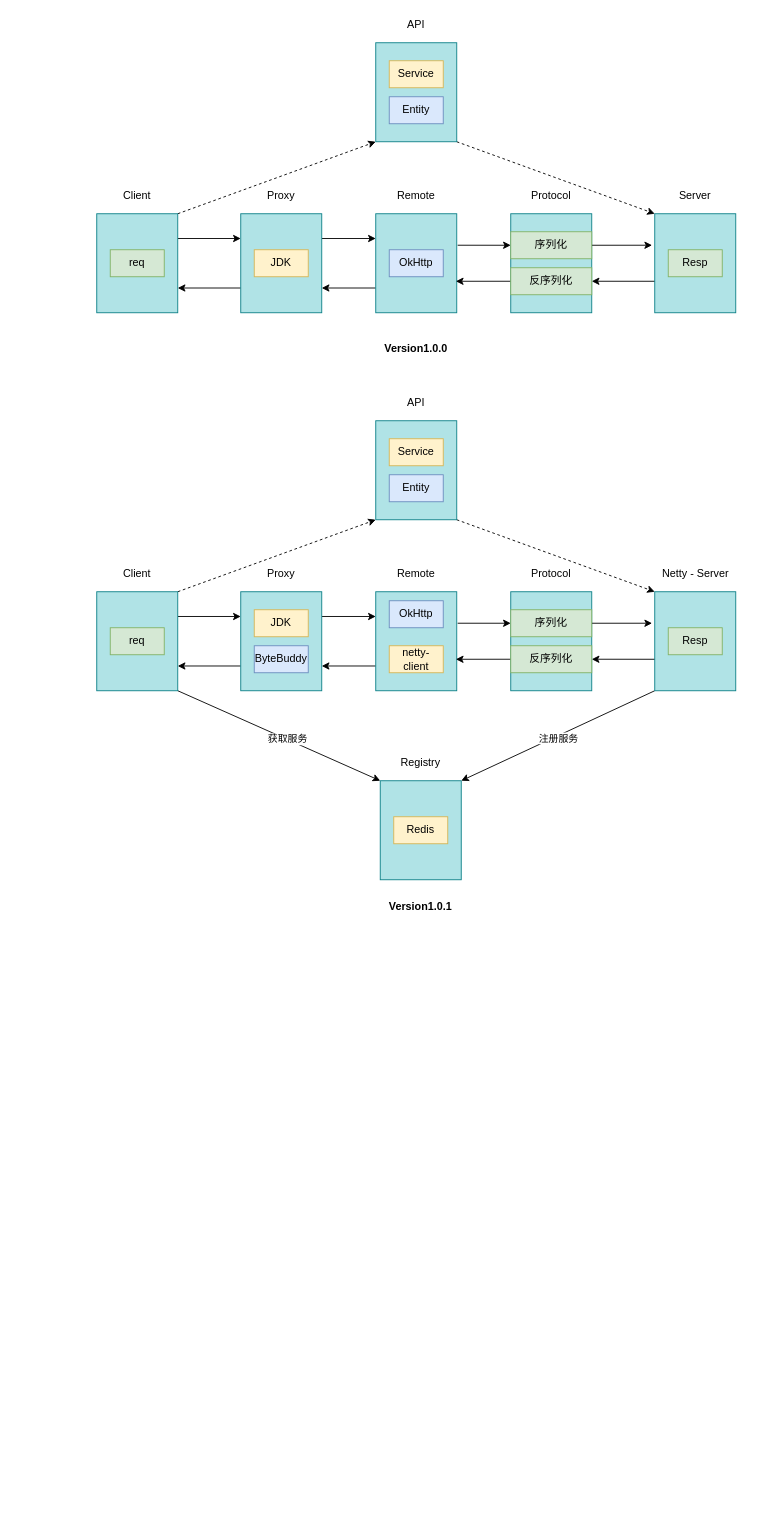
Earlier version of the draw.io diagram jihe/rpc/oli-rpc.drawio (oliverschen/draw.io). Source tidied: cells renumbered, new cells numbered last; positions are measured from the earlier drawing's top-left corner, leaving out a move shared by most shapes. Both pictures are drawn from the tidied source at 90%, with x=0, y=0 at pixel (96, 15).
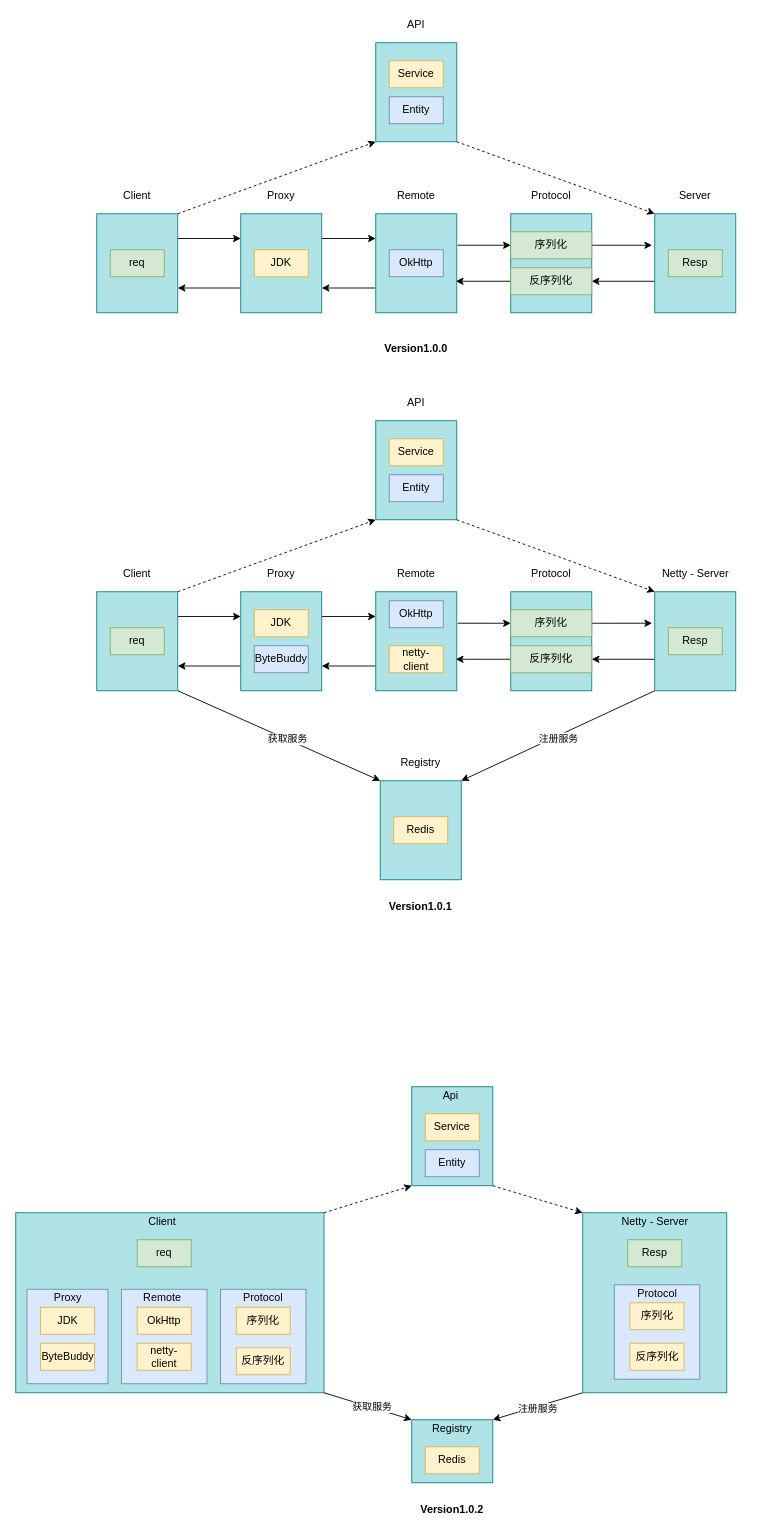
The same diagram, later.

The edit, as a diff of the source:
```diff
@@
+    <mxCell id="73" style="rounded=0;jettySize=auto;html=1;exitX=1;exitY=0;exitDx=0;exitDy=0;entryX=0;entryY=1;entryDx=0;entryDy=0;dashed=1;" parent="1" edge="1" source="79" target="107">
+      <mxGeometry relative="1" as="geometry" />
+    </mxCell>
+    <mxCell id="74" style="edgeStyle=none;rounded=0;jettySize=auto;html=1;exitX=0;exitY=1;exitDx=0;exitDy=0;entryX=1;entryY=0;entryDx=0;entryDy=0;" parent="1" edge="1" source="98" target="112">
+      <mxGeometry relative="1" as="geometry" />
+    </mxCell>
+    <mxCell id="75" value="注册服务" style="edgeLabel;html=1;align=center;verticalAlign=middle;" parent="74" vertex="1">
+      <mxGeometry x="0.01" y="2" relative="1" as="geometry" />
+    </mxCell>
+    <mxCell id="76" value="&lt;b&gt;Version1.0.2&lt;/b&gt;" style="text;html=1;strokeColor=none;fillColor=none;align=center;verticalAlign=middle;whiteSpace=wrap;rounded=0;" parent="1" vertex="1">
+      <mxGeometry x="360" y="1650" width="70" height="20" as="geometry" />
+    </mxCell>
+    <mxCell id="77" style="edgeStyle=none;rounded=0;jettySize=auto;html=1;exitX=1;exitY=1;exitDx=0;exitDy=0;entryX=0;entryY=0;entryDx=0;entryDy=0;dashed=1;" parent="1" edge="1" source="107" target="98">
+      <mxGeometry relative="1" as="geometry" />
+    </mxCell>
+    <mxCell id="78" style="group;" parent="1" vertex="1">
+      <mxGeometry x="-90" y="1330" width="342.5" height="200" as="geometry" />
+    </mxCell>
+    <mxCell id="79" style="rounded=0;whiteSpace=wrap;html=1;fillColor=#b0e3e6;strokeColor=#0e8088;" parent="78" vertex="1">
+      <mxGeometry width="342.5" height="200" as="geometry" />
+    </mxCell>
+    <mxCell id="80" value="req" style="rounded=0;whiteSpace=wrap;html=1;fillColor=#d5e8d4;strokeColor=#82b366;" parent="78" vertex="1">
+      <mxGeometry x="135" y="30" width="60" height="30" as="geometry" />
+    </mxCell>
+    <mxCell id="81" value="Client" style="text;html=1;strokeColor=none;fillColor=none;align=center;verticalAlign=middle;whiteSpace=wrap;rounded=0;" parent="78" vertex="1">
+      <mxGeometry x="142.5" width="40" height="20" as="geometry" />
+    </mxCell>
+    <mxCell id="82" style="rounded=0;whiteSpace=wrap;html=1;fillColor=#dae8fc;strokeColor=#6c8ebf;" parent="78" vertex="1">
+      <mxGeometry x="12.5" y="85" width="90" height="105" as="geometry" />
+    </mxCell>
+    <mxCell id="83" value="Proxy" style="text;html=1;strokeColor=none;fillColor=none;align=center;verticalAlign=middle;whiteSpace=wrap;rounded=0;" parent="78" vertex="1">
+      <mxGeometry x="37.5" y="85" width="40" height="20" as="geometry" />
+    </mxCell>
+    <mxCell id="84" value="JDK" style="rounded=0;whiteSpace=wrap;html=1;fillColor=#fff2cc;strokeColor=#d6b656;" parent="78" vertex="1">
+      <mxGeometry x="27.5" y="105" width="60" height="30" as="geometry" />
+    </mxCell>
+    <mxCell id="85" style="rounded=0;whiteSpace=wrap;html=1;fillColor=#dae8fc;strokeColor=#6c8ebf;" parent="78" vertex="1">
+      <mxGeometry x="117.5" y="85" width="95" height="105" as="geometry" />
+    </mxCell>
+    <mxCell id="86" value="Remote" style="text;html=1;strokeColor=none;fillColor=none;align=center;verticalAlign=middle;whiteSpace=wrap;rounded=0;" parent="78" vertex="1">
+      <mxGeometry x="142.5" y="85" width="40" height="20" as="geometry" />
+    </mxCell>
+    <mxCell id="87" value="OkHttp" style="rounded=0;whiteSpace=wrap;html=1;fillColor=#fff2cc;strokeColor=#d6b656;" parent="78" vertex="1">
+      <mxGeometry x="135" y="105" width="60" height="30" as="geometry" />
+    </mxCell>
+    <mxCell id="88" value="ByteBuddy" style="rounded=0;whiteSpace=wrap;html=1;fillColor=#fff2cc;strokeColor=#d6b656;" parent="78" vertex="1">
+      <mxGeometry x="27.5" y="145" width="60" height="30" as="geometry" />
+    </mxCell>
+    <mxCell id="89" value="netty-client" style="rounded=0;whiteSpace=wrap;html=1;fillColor=#fff2cc;strokeColor=#d6b656;" parent="78" vertex="1">
+      <mxGeometry x="135" y="145" width="60" height="30" as="geometry" />
+    </mxCell>
+    <mxCell id="90" style="group;" parent="78" vertex="1">
+      <mxGeometry x="227.5" y="85" width="95" height="105" as="geometry" />
+    </mxCell>
+    <mxCell id="91" style="rounded=0;whiteSpace=wrap;html=1;fillColor=#dae8fc;strokeColor=#6c8ebf;" parent="90" vertex="1">
+      <mxGeometry width="95" height="105" as="geometry" />
+    </mxCell>
+    <mxCell id="92" value="序列化" style="rounded=0;whiteSpace=wrap;html=1;fillColor=#fff2cc;strokeColor=#d6b656;" parent="90" vertex="1">
+      <mxGeometry x="17.5" y="20" width="60" height="30" as="geometry" />
+    </mxCell>
+    <mxCell id="93" value="反序列化" style="rounded=0;whiteSpace=wrap;html=1;fillColor=#fff2cc;strokeColor=#d6b656;" parent="90" vertex="1">
+      <mxGeometry x="17.5" y="65" width="60" height="30" as="geometry" />
+    </mxCell>
+    <mxCell id="94" value="Protocol" style="text;html=1;strokeColor=none;fillColor=none;align=center;verticalAlign=middle;whiteSpace=wrap;rounded=0;" parent="90" vertex="1">
+      <mxGeometry x="27.5" width="40" height="20" as="geometry" />
+    </mxCell>
+    <mxCell id="95" style="edgeStyle=none;rounded=0;jettySize=auto;html=1;exitX=1;exitY=1;exitDx=0;exitDy=0;entryX=0;entryY=0;entryDx=0;entryDy=0;" parent="1" edge="1" source="79" target="112">
+      <mxGeometry relative="1" as="geometry" />
+    </mxCell>
+    <mxCell id="96" value="获取服务" style="edgeLabel;html=1;align=center;verticalAlign=middle;" parent="95" vertex="1">
+      <mxGeometry x="0.08" y="1" relative="1" as="geometry" />
+    </mxCell>
+    <mxCell id="97" style="group;" parent="1" vertex="1">
+      <mxGeometry x="540" y="1330" width="160" height="200" as="geometry" />
+    </mxCell>
+    <mxCell id="98" style="rounded=0;whiteSpace=wrap;html=1;fillColor=#b0e3e6;strokeColor=#0e8088;" parent="97" vertex="1">
+      <mxGeometry width="160" height="200" as="geometry" />
+    </mxCell>
+    <mxCell id="99" value="Netty - Server" style="text;html=1;strokeColor=none;fillColor=none;align=center;verticalAlign=middle;whiteSpace=wrap;rounded=0;" parent="97" vertex="1">
+      <mxGeometry x="22.5" width="115" height="20" as="geometry" />
+    </mxCell>
+    <mxCell id="100" value="Resp" style="rounded=0;whiteSpace=wrap;html=1;fillColor=#d5e8d4;strokeColor=#82b366;" parent="97" vertex="1">
+      <mxGeometry x="50" y="30" width="60" height="30" as="geometry" />
+    </mxCell>
+    <mxCell id="101" style="group;" parent="97" vertex="1">
+      <mxGeometry x="35" y="80" width="95" height="105" as="geometry" />
+    </mxCell>
+    <mxCell id="102" style="rounded=0;whiteSpace=wrap;html=1;fillColor=#dae8fc;strokeColor=#6c8ebf;" parent="101" vertex="1">
+      <mxGeometry width="95" height="105" as="geometry" />
+    </mxCell>
+    <mxCell id="103" value="序列化" style="rounded=0;whiteSpace=wrap;html=1;fillColor=#fff2cc;strokeColor=#d6b656;" parent="101" vertex="1">
+      <mxGeometry x="17.5" y="20" width="60" height="30" as="geometry" />
+    </mxCell>
+    <mxCell id="104" value="反序列化" style="rounded=0;whiteSpace=wrap;html=1;fillColor=#fff2cc;strokeColor=#d6b656;" parent="101" vertex="1">
+      <mxGeometry x="17.5" y="65" width="60" height="30" as="geometry" />
+    </mxCell>
+    <mxCell id="105" value="Protocol" style="text;html=1;strokeColor=none;fillColor=none;align=center;verticalAlign=middle;whiteSpace=wrap;rounded=0;" parent="101" vertex="1">
+      <mxGeometry x="27.5" width="40" height="20" as="geometry" />
+    </mxCell>
+    <mxCell id="106" style="group;" parent="1" vertex="1">
+      <mxGeometry x="350" y="1190" width="90" height="110" as="geometry" />
+    </mxCell>
+    <mxCell id="107" style="rounded=0;whiteSpace=wrap;html=1;fillColor=#b0e3e6;strokeColor=#0e8088;" parent="106" vertex="1">
+      <mxGeometry width="90" height="110" as="geometry" />
+    </mxCell>
+    <mxCell id="108" value="Service" style="rounded=0;whiteSpace=wrap;html=1;fillColor=#fff2cc;strokeColor=#d6b656;" parent="106" vertex="1">
+      <mxGeometry x="15" y="30" width="60" height="30" as="geometry" />
+    </mxCell>
+    <mxCell id="109" value="Entity" style="rounded=0;whiteSpace=wrap;html=1;fillColor=#dae8fc;strokeColor=#6c8ebf;" parent="106" vertex="1">
+      <mxGeometry x="15" y="70" width="60" height="30" as="geometry" />
+    </mxCell>
+    <mxCell id="110" value="Api" style="text;html=1;align=center;verticalAlign=middle;strokeColor=none;" parent="106" vertex="1">
+      <mxGeometry x="27.5" width="30" height="20" as="geometry" />
+    </mxCell>
+    <mxCell id="111" style="group;" parent="1" vertex="1">
+      <mxGeometry x="350" y="1560" width="90" height="70" as="geometry" />
+    </mxCell>
+    <mxCell id="112" style="rounded=0;whiteSpace=wrap;html=1;fillColor=#b0e3e6;strokeColor=#0e8088;" parent="111" vertex="1">
+      <mxGeometry width="90" height="70" as="geometry" />
+    </mxCell>
+    <mxCell id="113" value="Redis" style="rounded=0;whiteSpace=wrap;html=1;fillColor=#fff2cc;strokeColor=#d6b656;" parent="111" vertex="1">
+      <mxGeometry x="15" y="30" width="60" height="30" as="geometry" />
+    </mxCell>
+    <mxCell id="114" value="Registry" style="text;html=1;strokeColor=none;fillColor=none;align=center;verticalAlign=middle;whiteSpace=wrap;rounded=0;" parent="111" vertex="1">
+      <mxGeometry x="25" width="40" height="20" as="geometry" />
+    </mxCell>
```
